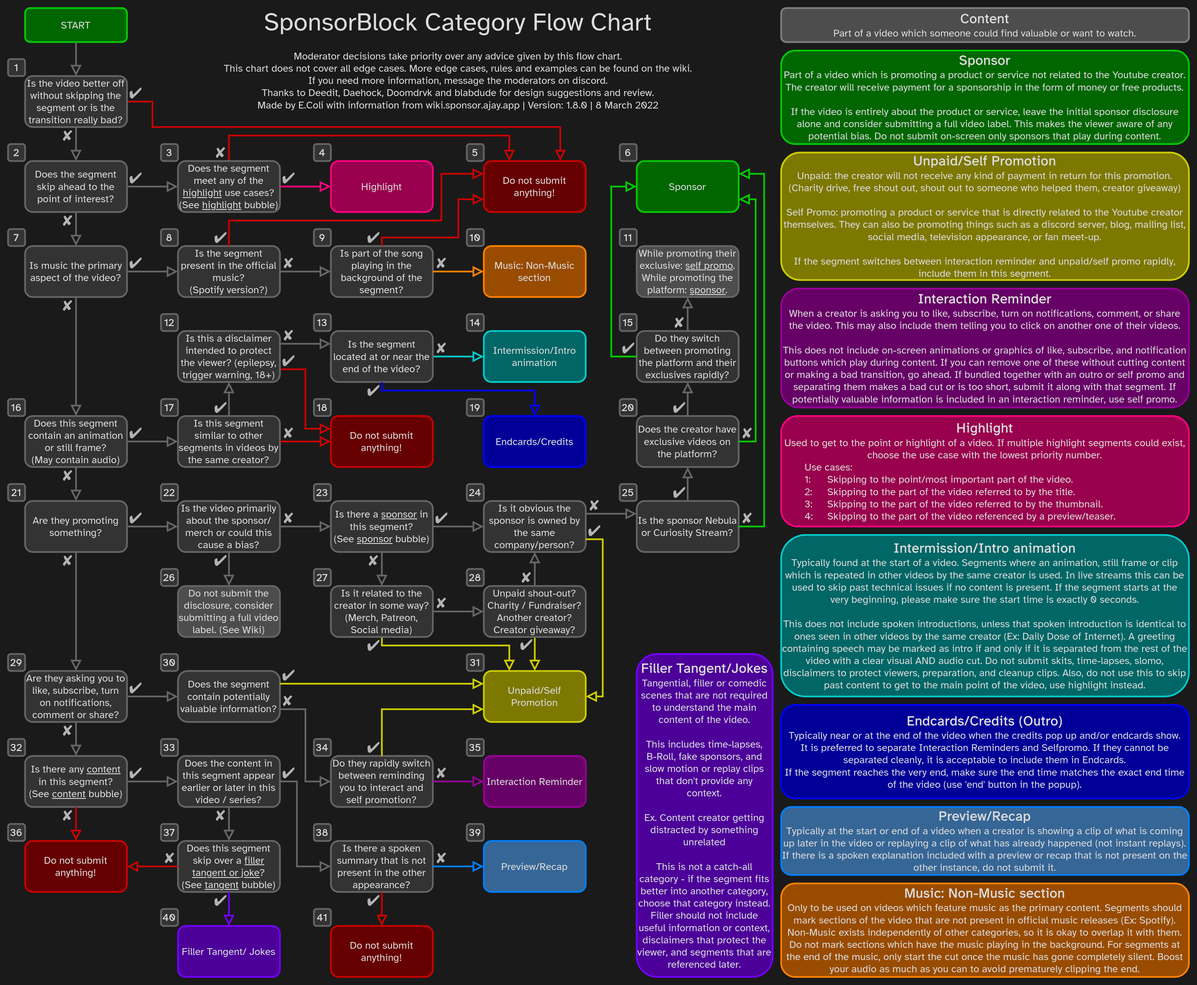
cole8888/SponsorBlock-Flowchart keeps this draw.io diagram as SB_Flowchart_large.png. Above is the earlier version. Source tidied: cells renumbered, new cells last; positions are measured from the earlier drawing's top-left corner, leaving out a move shared by most shapes.
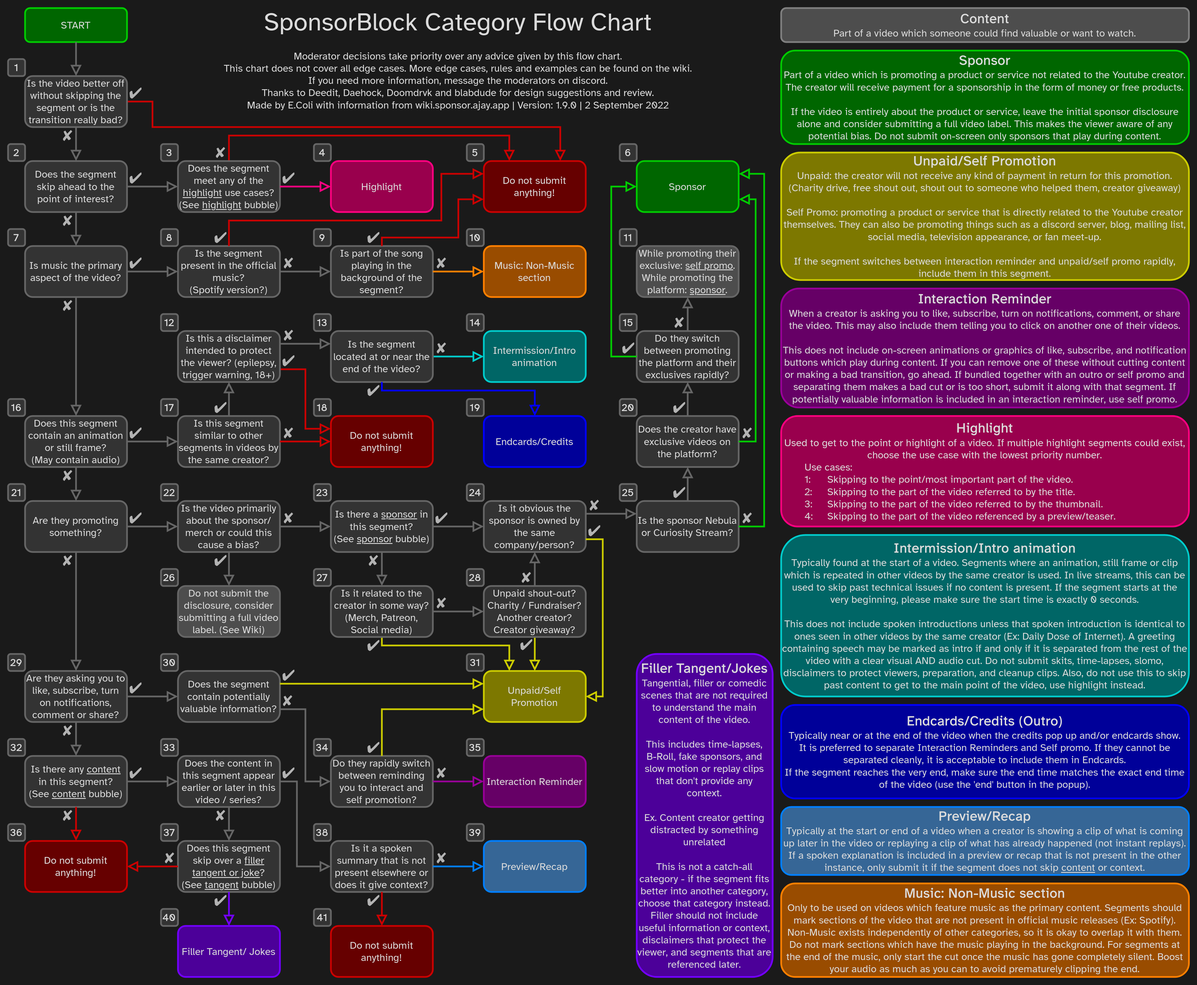
The same file after the commit.

The edit, as a diff of the source:
```diff
@@ -118,7 +118,7 @@
         </Array>
       </mxGeometry>
     </mxCell>
-    <mxCell id="30" value="&lt;font style=&quot;font-size: 30px&quot;&gt;SponsorBlock Category Flow Chart&lt;/font&gt;&lt;br&gt;&lt;div&gt;&lt;br&gt;&lt;/div&gt;&lt;div&gt;Moderator decisions take priority over any advice given by this flow chart. &lt;/div&gt;&lt;div&gt;This chart does not cover all edge cases. More edge cases, rules and examples can be found on the wiki.&lt;/div&gt;&lt;div&gt;If you need more information, message the moderators on discord.&lt;br&gt;Thanks to Deedit, Daehock, Doomdrvk and blabdude for design suggestions and review.&lt;br&gt;&lt;/div&gt;&lt;div&gt;Made by E.Coli with information from wiki.sponsor.ajay.app | Version: 1.8.0 | 8 March 2022&lt;/div&gt;" style="text;fillColor=none;align=center;verticalAlign=middle;whiteSpace=wrap;rounded=0;fontFamily=Atkinson Hyperlegible;strokeWidth=2;fontColor=#DBDBDB;fontSource=https%3A%2F%2Ffonts.googleapis.com%2Fcss%3Ffamily%3DAtkinson%2BHyperlegible;fontSize=12;html=1;fontStyle=0;spacingLeft=0;spacing=2;" parent="1" vertex="1">
+    <mxCell id="30" value="&lt;font style=&quot;font-size: 30px&quot;&gt;SponsorBlock Category Flow Chart&lt;/font&gt;&lt;br&gt;&lt;div&gt;&lt;br&gt;&lt;/div&gt;&lt;div&gt;Moderator decisions take priority over any advice given by this flow chart. &lt;/div&gt;&lt;div&gt;This chart does not cover all edge cases. More edge cases, rules and examples can be found on the wiki.&lt;/div&gt;&lt;div&gt;If you need more information, message the moderators on discord.&lt;br&gt;Thanks to Deedit, Daehock, Doomdrvk and blabdude for design suggestions and review.&lt;br&gt;&lt;/div&gt;&lt;div&gt;Made by E.Coli with information from wiki.sponsor.ajay.app | Version: 1.9.0 | 2 September 2022&lt;/div&gt;" style="text;fillColor=none;align=center;verticalAlign=middle;whiteSpace=wrap;rounded=0;fontFamily=Atkinson Hyperlegible;strokeWidth=2;fontColor=#DBDBDB;fontSource=https%3A%2F%2Ffonts.googleapis.com%2Fcss%3Ffamily%3DAtkinson%2BHyperlegible;fontSize=12;html=1;fontStyle=0;spacingLeft=0;spacing=2;" parent="1" vertex="1">
       <mxGeometry x="210" y="10" width="660" height="120" as="geometry" />
     </mxCell>
     <mxCell id="31" value="&lt;b&gt;&lt;font style=&quot;font-size: 16px&quot;&gt;Content&lt;/font&gt;&lt;/b&gt;&lt;br style=&quot;font-size: 12px&quot;&gt;Part of a video which someone could find valuable or want to watch." style="rounded=1;whiteSpace=wrap;fontFamily=Atkinson Hyperlegible;strokeWidth=2;fontColor=#DBDBDB;fillColor=#4D4D4D;strokeColor=#808080;fontSource=https%3A%2F%2Ffonts.googleapis.com%2Fcss%3Ffamily%3DAtkinson%2BHyperlegible;fontSize=12;html=1;fontStyle=0;spacingLeft=0;spacing=2;" parent="1" vertex="1">
@@ -138,10 +138,10 @@
     <mxCell id="35" value="&lt;b&gt;&lt;font style=&quot;font-size: 16px&quot;&gt;Interaction Reminder&lt;/font&gt;&lt;/b&gt;&lt;br style=&quot;font-size: 12px&quot;&gt;When a creator is asking you to like, subscribe, turn on notifications, comment, or share the video. This may also include them telling you to click on another one of their videos.&lt;br style=&quot;font-size: 12px&quot;&gt;&lt;br style=&quot;font-size: 12px&quot;&gt;This does not include on-screen animations or graphics of like, subscribe, and notification buttons which play during content. If you can remove one of these without cutting content or making a bad transition, go ahead. If bundled together with an outro or self promo and separating them makes a bad cut or is too short, submit it along with that segment. If potentially valuable information is included in an interaction reminder, use self promo." style="rounded=1;whiteSpace=wrap;fontFamily=Atkinson Hyperlegible;strokeWidth=2;fontColor=#DBDBDB;fillColor=#660066;strokeColor=#990099;fontSource=https%3A%2F%2Ffonts.googleapis.com%2Fcss%3Ffamily%3DAtkinson%2BHyperlegible;fontSize=12;html=1;fontStyle=0;spacingLeft=0;spacing=2;" parent="1" vertex="1">
       <mxGeometry x="920" y="340" width="480" height="140" as="geometry" />
     </mxCell>
-    <mxCell id="36" value="&lt;font style=&quot;font-size: 16px&quot;&gt;&lt;b&gt;Endcards/Credits (Outro)&lt;/b&gt;&lt;/font&gt;&lt;br style=&quot;font-size: 12px&quot;&gt;Typically near or at the end of the video when the credits pop up and/or endcards show.&lt;br style=&quot;font-size: 12px&quot;&gt;&lt;div&gt;It is preferred to separate Interaction Reminders and Selfpromo. If they cannot be separated cleanly, it is acceptable to include them in Endcards.&lt;br&gt;&lt;/div&gt;&lt;div&gt;If the segment reaches the very end, make sure the end time matches the exact end time of the video (use 'end' button in the popup).&lt;/div&gt;" style="rounded=1;whiteSpace=wrap;fontFamily=Atkinson Hyperlegible;strokeWidth=2;fontColor=#DBDBDB;fontSource=https%3A%2F%2Ffonts.googleapis.com%2Fcss%3Ffamily%3DAtkinson%2BHyperlegible;fontSize=12;html=1;fontStyle=0;spacingLeft=0;spacing=2;fillColor=#000099;strokeColor=#0000FF;" parent="1" vertex="1">
+    <mxCell id="36" value="&lt;font style=&quot;font-size: 16px&quot;&gt;&lt;b&gt;Endcards/Credits (Outro)&lt;/b&gt;&lt;/font&gt;&lt;br style=&quot;font-size: 12px&quot;&gt;Typically near or at the end of the video when the credits pop up and/or endcards show.&lt;br style=&quot;font-size: 12px&quot;&gt;&lt;div&gt;It is preferred to separate Interaction Reminders and Self promo. If they cannot be separated cleanly, it is acceptable to include them in Endcards.&lt;br&gt;&lt;/div&gt;&lt;div&gt;If the segment reaches the very end, make sure the end time matches the exact end time of the video (use the 'end' button in the popup).&lt;/div&gt;" style="rounded=1;whiteSpace=wrap;fontFamily=Atkinson Hyperlegible;strokeWidth=2;fontColor=#DBDBDB;fontSource=https%3A%2F%2Ffonts.googleapis.com%2Fcss%3Ffamily%3DAtkinson%2BHyperlegible;fontSize=12;html=1;fontStyle=0;spacingLeft=0;spacing=2;fillColor=#000099;strokeColor=#0000FF;" parent="1" vertex="1">
       <mxGeometry x="920" y="830" width="480" height="110" as="geometry" />
     </mxCell>
-    <mxCell id="37" value="&lt;b&gt;&lt;font style=&quot;font-size: 16px&quot;&gt;Preview/Recap&lt;/font&gt;&lt;/b&gt;&lt;br style=&quot;font-size: 12px&quot;&gt;Typically at the start or end of a video when a creator is showing a clip of what is coming up later in the video or replaying a clip of what has already happened (not instant replays).&lt;br style=&quot;font-size: 12px&quot;&gt;If there is a spoken explanation included with a preview or recap that is not present on the other instance, do not submit it. " style="rounded=1;whiteSpace=wrap;fontFamily=Atkinson Hyperlegible;strokeWidth=2;fontColor=#DBDBDB;fillColor=#366696;strokeColor=#007FFF;fontSource=https%3A%2F%2Ffonts.googleapis.com%2Fcss%3Ffamily%3DAtkinson%2BHyperlegible;fontSize=12;html=1;fontStyle=0;spacingLeft=0;spacing=2;" parent="1" vertex="1">
+    <mxCell id="37" value="&lt;b&gt;&lt;font style=&quot;font-size: 16px&quot;&gt;Preview/Recap&lt;/font&gt;&lt;/b&gt;&lt;br style=&quot;font-size: 12px&quot;&gt;Typically at the start or end of a video when a creator is showing a clip of what is coming up later in the video or replaying a clip of what has already happened (not instant replays).&lt;br style=&quot;font-size: 12px&quot;&gt;If a spoken explanation is included in a preview or recap that is not present in the other instance, only submit it if the segment does not skip &lt;u&gt;content&lt;/u&gt; or context. " style="rounded=1;whiteSpace=wrap;fontFamily=Atkinson Hyperlegible;strokeWidth=2;fontColor=#DBDBDB;fillColor=#366696;strokeColor=#007FFF;fontSource=https%3A%2F%2Ffonts.googleapis.com%2Fcss%3Ffamily%3DAtkinson%2BHyperlegible;fontSize=12;html=1;fontStyle=0;spacingLeft=0;spacing=2;" parent="1" vertex="1">
       <mxGeometry x="920" y="950" width="480" height="80" as="geometry" />
     </mxCell>
     <mxCell id="38" value="&lt;b&gt;&lt;font style=&quot;font-size: 16px&quot;&gt;Music: Non-Music section&lt;/font&gt;&lt;/b&gt;&lt;br style=&quot;font-size: 12px&quot;&gt;Only to be used on videos which feature music as the primary content. Segments should mark sections of the video that are not present in official music releases (Ex: Spotify).&lt;br&gt;Non-Music exists independently of other categories, so it is okay to overlap it with them.&lt;br style=&quot;font-size: 12px&quot;&gt;Do not mark sections which have the music playing in the background. For segments at the end of the music, only start the cut once the music has gone completely silent. Boost your audio as much as you can to avoid prematurely clipping the end." style="rounded=1;whiteSpace=wrap;fontFamily=Atkinson Hyperlegible;strokeWidth=2;fontColor=#DBDBDB;fillColor=#994C00;strokeColor=#FF8000;fontSource=https%3A%2F%2Ffonts.googleapis.com%2Fcss%3Ffamily%3DAtkinson%2BHyperlegible;fontSize=12;html=1;fontStyle=0;spacingLeft=0;spacing=2;" parent="1" vertex="1">
@@ -175,7 +175,7 @@
     <mxCell id="44" value="&lt;div&gt;&lt;b&gt;&lt;font style=&quot;font-size: 16px&quot;&gt;Highlight&lt;/font&gt;&lt;/b&gt;&lt;/div&gt;&lt;div&gt;&lt;span&gt;&lt;font style=&quot;font-size: 12px&quot;&gt;Used to &lt;/font&gt;&lt;/span&gt;&lt;span&gt;&lt;font style=&quot;font-size: 12px&quot;&gt;get to the point or highlight of a video. If multiple highlight segments could exist, choose the use case with the lowest priority number.&lt;/font&gt;&lt;/span&gt;&lt;/div&gt;&lt;div&gt;&lt;div align=&quot;left&quot;&gt;&lt;span&gt;&lt;font style=&quot;font-size: 12px&quot;&gt;&lt;span style=&quot;white-space: pre&quot;&gt;&#9;&lt;/span&gt;Use cases:&lt;/font&gt;&lt;/span&gt;&lt;br&gt;&lt;/div&gt; &lt;div align=&quot;left&quot;&gt;&lt;span style=&quot;white-space: pre&quot;&gt;&#9;&lt;/span&gt;&lt;span&gt;&lt;/span&gt;1&lt;span&gt;&lt;/span&gt;:&lt;span&gt;&lt;span style=&quot;white-space: pre&quot;&gt;&#9;&lt;/span&gt;&lt;/span&gt;Skipping to the point/most important part of the video&lt;span&gt;&lt;/span&gt;.&lt;br&gt;&lt;span style=&quot;white-space: pre&quot;&gt;&#9;&lt;/span&gt;&lt;span&gt;&lt;/span&gt;2&lt;span&gt;&lt;/span&gt;&lt;span&gt;&lt;span&gt;&lt;/span&gt;&lt;/span&gt;:&lt;span&gt;&lt;span&gt;&lt;span style=&quot;white-space: pre&quot;&gt;&#9;&lt;/span&gt;S&lt;/span&gt;&lt;/span&gt;kipping to the part of the video referred to by the title.&lt;br&gt;&lt;span style=&quot;white-space: pre&quot;&gt;&#9;&lt;/span&gt;&lt;span&gt;&lt;/span&gt;&lt;span&gt;&lt;/span&gt;3:&lt;span&gt;&lt;/span&gt;&lt;span&gt;&lt;span&gt;&lt;/span&gt;&lt;/span&gt;&lt;span style=&quot;white-space: pre&quot;&gt;&#9;&lt;/span&gt;Skipping to the part of the video referred to by the thumbnail.&lt;br&gt;&lt;span style=&quot;white-space: pre&quot;&gt;&#9;&lt;/span&gt;&lt;span&gt;&lt;/span&gt;4:&lt;span&gt;&lt;/span&gt;&lt;span&gt;&lt;/span&gt;&lt;span style=&quot;white-space: pre&quot;&gt;&#9;&lt;/span&gt;Skipping to the part of the video referenced by a preview/teaser.&lt;/div&gt;&lt;/div&gt;" style="rounded=1;whiteSpace=wrap;fontSize=12;glass=0;strokeWidth=2;shadow=0;fontFamily=Atkinson Hyperlegible;fontColor=#DBDBDB;fontSource=https%3A%2F%2Ffonts.googleapis.com%2Fcss%3Ffamily%3DAtkinson%2BHyperlegible;html=1;fontStyle=0;spacingLeft=0;spacing=2;fillColor=#99004D;strokeColor=#FF0080;" parent="1" vertex="1">
       <mxGeometry x="920" y="490" width="480" height="130" as="geometry" />
     </mxCell>
-    <mxCell id="45" value="&lt;b&gt;&lt;font style=&quot;font-size: 16px&quot;&gt;Intermission/Intro animation&lt;/font&gt;&lt;/b&gt;&lt;br style=&quot;font-size: 12px&quot;&gt;Typically found at the start of a video. Segments where an animation, still frame or clip which is repeated in other videos by the same creator is used. In live streams this can be used to skip past technical issues if no content is present. If the segment starts at the very beginning, please make sure the start time is exactly 0 seconds.&lt;br&gt;&lt;br&gt;This does not include spoken introductions, unless that spoken introduction is identical to ones seen in other videos by the same creator (Ex: Daily Dose of Internet). A greeting containing speech may be marked as intro if and only if it is separated from the rest of the video with a clear visual AND audio cut. Do not submit skits, time-lapses, slomo, disclaimers to protect viewers, preparation, and cleanup clips. Also, do not use this to skip past content to get to the main point of the video, use highlight instead." style="rounded=1;whiteSpace=wrap;fontFamily=Atkinson Hyperlegible;strokeWidth=2;fontColor=#DBDBDB;fontSource=https%3A%2F%2Ffonts.googleapis.com%2Fcss%3Ffamily%3DAtkinson%2BHyperlegible;fontSize=12;html=1;fontStyle=0;spacingLeft=0;spacing=2;fillColor=#006666;strokeColor=#00CCCC;" parent="1" vertex="1">
+    <mxCell id="45" value="&lt;b&gt;&lt;font style=&quot;font-size: 16px&quot;&gt;Intermission/Intro animation&lt;/font&gt;&lt;/b&gt;&lt;br style=&quot;font-size: 12px&quot;&gt;Typically found at the start of a video. Segments where an animation, still frame or clip which is repeated in other videos by the same creator is used. In live streams, this can be used to skip past technical issues if no content is present. If the segment starts at the very beginning, please make sure the start time is exactly 0 seconds.&lt;br&gt;&lt;br&gt;This does not include spoken introductions unless that spoken introduction is identical to ones seen in other videos by the same creator (Ex: Daily Dose of Internet). A greeting containing speech may be marked as intro if and only if it is separated from the rest of the video with a clear visual AND audio cut. Do not submit skits, time-lapses, slomo, disclaimers to protect viewers, preparation, and cleanup clips. Also, do not use this to skip past content to get to the main point of the video, use highlight instead." style="rounded=1;whiteSpace=wrap;fontFamily=Atkinson Hyperlegible;strokeWidth=2;fontColor=#DBDBDB;fontSource=https%3A%2F%2Ffonts.googleapis.com%2Fcss%3Ffamily%3DAtkinson%2BHyperlegible;fontSize=12;html=1;fontStyle=0;spacingLeft=0;spacing=2;fillColor=#006666;strokeColor=#00CCCC;" parent="1" vertex="1">
       <mxGeometry x="920" y="630" width="480" height="190" as="geometry" />
     </mxCell>
     <mxCell id="46" value="Does the segment contain potentially valuable information?" style="rounded=1;whiteSpace=wrap;fontSize=12;glass=0;strokeWidth=2;shadow=0;fontFamily=Atkinson Hyperlegible;fontColor=#DBDBDB;strokeColor=#666666;fillColor=#333333;fontSource=https%3A%2F%2Ffonts.googleapis.com%2Fcss%3Ffamily%3DAtkinson%2BHyperlegible;html=1;fontStyle=0;spacingLeft=0;spacing=2;arcSize=19;" parent="1" vertex="1">
@@ -331,7 +331,7 @@
     <mxCell id="78" value="Preview/Recap" style="rounded=1;whiteSpace=wrap;fontSize=12;glass=0;strokeWidth=2;shadow=0;fontFamily=Atkinson Hyperlegible;fontColor=#DBDBDB;fillColor=#366696;strokeColor=#007FFF;fontSource=https%3A%2F%2Ffonts.googleapis.com%2Fcss%3Ffamily%3DAtkinson%2BHyperlegible;html=1;fontStyle=0;spacingLeft=0;spacing=2;" parent="1" vertex="1">
       <mxGeometry x="570" y="990" width="120" height="60" as="geometry" />
     </mxCell>
-    <mxCell id="79" value="Is there a spoken summary that is not present in the other appearance?" style="rounded=1;whiteSpace=wrap;fontSize=12;glass=0;strokeWidth=2;shadow=0;fontFamily=Atkinson Hyperlegible;fontColor=#DBDBDB;strokeColor=#666666;fillColor=#333333;fontSource=https%3A%2F%2Ffonts.googleapis.com%2Fcss%3Ffamily%3DAtkinson%2BHyperlegible;html=1;fontStyle=0;spacingLeft=0;spacing=2;" parent="1" vertex="1">
+    <mxCell id="79" value="Is it a spoken summary that is not present elsewhere or does it give context?" style="rounded=1;whiteSpace=wrap;fontSize=12;glass=0;strokeWidth=2;shadow=0;fontFamily=Atkinson Hyperlegible;fontColor=#DBDBDB;strokeColor=#666666;fillColor=#333333;fontSource=https%3A%2F%2Ffonts.googleapis.com%2Fcss%3Ffamily%3DAtkinson%2BHyperlegible;html=1;fontStyle=0;spacingLeft=0;spacing=2;" parent="1" vertex="1">
       <mxGeometry x="390" y="990" width="120" height="60" as="geometry" />
     </mxCell>
     <mxCell id="80" value="✘" style="edgeStyle=orthogonalEdgeStyle;rounded=0;jettySize=auto;fontSize=18;endArrow=block;endFill=0;endSize=8;strokeWidth=2;shadow=0;labelBackgroundColor=none;fontFamily=Atkinson Hyperlegible;exitX=1;exitY=0.5;exitDx=0;exitDy=0;entryX=0;entryY=0.5;entryDx=0;entryDy=0;fontStyle=0;fontColor=#B3B3B3;strokeColor=#007FFF;fontSource=https%3A%2F%2Ffonts.googleapis.com%2Fcss%3Ffamily%3DAtkinson%2BHyperlegible;html=1;spacingLeft=0;spacing=2;spacingBottom=0;" parent="1" edge="1" source="79" target="78">
```
